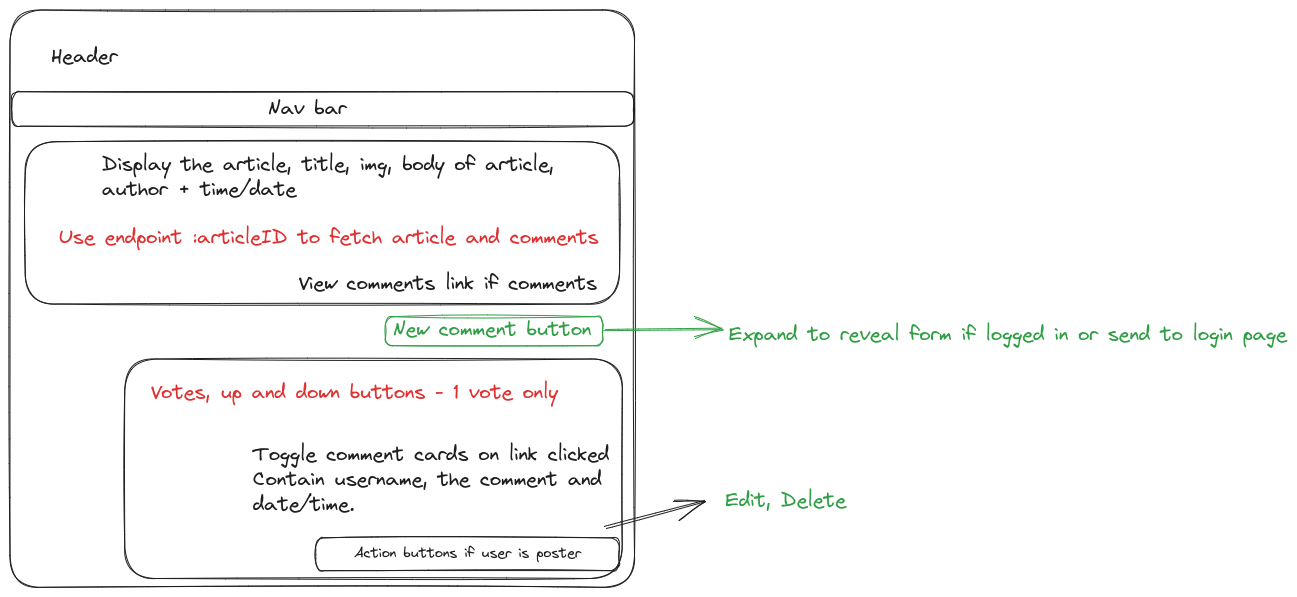
Above: Wireframes/Single-article.excalidraw.png in Domaeos/nc-news (Excalidraw), before the change. Source tidied: one line per element, renumbered; positions are measured from the earlier drawing's top-left corner, leaving out a move shared by most shapes.
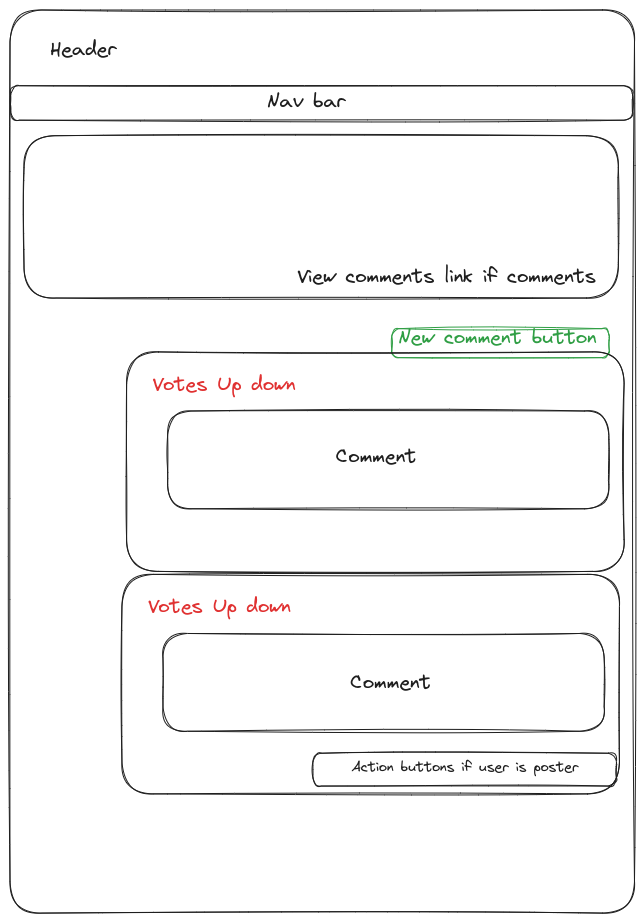
The same diagram one commit later.

What changed in the source:
```diff
@@ -1,19 +1,18 @@
-{"id": 0, "type": "rectangle", "strokeColor": "#1e1e1e", "strokeWidth": 1, "roughness": 1, "round": true, "x": 0, "y": 0, "width": 624, "height": 577}
+{"id": 0, "type": "rectangle", "strokeColor": "#1e1e1e", "strokeWidth": 1, "roughness": 1, "round": true, "x": 1, "y": 6, "width": 624, "height": 903}
 {"id": 1, "type": "rectangle", "strokeColor": "#1e1e1e", "strokeWidth": 1, "roughness": 1, "round": true, "x": 2, "y": 82, "width": 622, "height": 34}
 {"id": 2, "type": "text", "text": "Header", "strokeColor": "#1e1e1e", "strokeWidth": 1, "roughness": 1, "fontSize": 20, "fontFamily": 1, "x": 41, "y": 34, "width": 66, "height": 25}
 {"id": 3, "type": "text", "text": "Nav bar", "strokeColor": "#1e1e1e", "strokeWidth": 1, "roughness": 1, "fontSize": 20, "fontFamily": 1, "x": 258, "y": 86, "width": 79, "height": 25}
 {"id": 4, "type": "rectangle", "strokeColor": "#1e1e1e", "strokeWidth": 1, "roughness": 1, "round": true, "x": 15, "y": 132, "width": 594, "height": 162}
-{"id": 5, "type": "text", "text": "Display the article, title, img, body of article,\nauthor + time/date ", "strokeColor": "#1e1e1e", "strokeWidth": 1, "roughness": 1, "fontSize": 20, "fontFamily": 1, "x": 92, "y": 142, "width": 452, "height": 50}
 {"id": 6, "type": "text", "text": "View comments link if comments", "strokeColor": "#1e1e1e", "strokeWidth": 1, "roughness": 1, "fontSize": 20, "fontFamily": 1, "x": 289, "y": 261, "width": 298, "height": 25}
-{"id": 7, "type": "rectangle", "strokeColor": "#1e1e1e", "strokeWidth": 1, "roughness": 1, "round": true, "x": 115, "y": 349, "width": 498, "height": 219}
+{"id": 7, "type": "rectangle", "strokeColor": "#1e1e1e", "strokeWidth": 1, "roughness": 1, "round": true, "x": 113, "y": 570, "width": 498, "height": 219}
-{"id": 8, "type": "text", "text": "Toggle comment cards on link clicked\nContain username, the comment and\ndate/time.", "strokeColor": "#1e1e1e", "strokeWidth": 1, "roughness": 1, "fontSize": 20, "fontFamily": 1, "x": 243, "y": 432, "width": 357, "height": 75}
-{"id": 9, "type": "rectangle", "strokeColor": "#1e1e1e", "strokeWidth": 1, "roughness": 1, "round": true, "x": 306, "y": 528, "width": 303, "height": 33}
+{"id": 9, "type": "rectangle", "strokeColor": "#1e1e1e", "strokeWidth": 1, "roughness": 1, "round": true, "x": 304, "y": 749, "width": 303, "height": 33}
-{"id": 10, "type": "text", "text": "Action buttons if user is poster", "strokeColor": "#1e1e1e", "strokeWidth": 1, "roughness": 1, "fontSize": 14.26, "fontFamily": 1, "x": 344, "y": 534, "width": 227, "height": 18}
+{"id": 10, "type": "text", "text": "Action buttons if user is poster", "strokeColor": "#1e1e1e", "strokeWidth": 1, "roughness": 1, "fontSize": 14.26, "fontFamily": 1, "x": 343, "y": 755, "width": 227, "height": 18}
-{"id": 11, "type": "arrow", "strokeColor": "#1e1e1e", "strokeWidth": 1, "roughness": 1, "endArrowhead": "arrow", "round": true, "from": 9, "x": 595, "y": 518, "width": 99, "height": 27, "points": [[0, 0], [99, -27]]}
-{"id": 12, "type": "text", "text": "Edit, Delete", "strokeColor": "#2f9e44", "strokeWidth": 1, "roughness": 1, "fontSize": 20, "fontFamily": 1, "x": 715, "y": 478, "width": 121, "height": 25}
-{"id": 13, "type": "rectangle", "strokeColor": "#2f9e44", "strokeWidth": 1, "roughness": 1, "round": true, "x": 375, "y": 307, "width": 218, "height": 29}
+{"id": 13, "type": "rectangle", "strokeColor": "#2f9e44", "strokeWidth": 1, "roughness": 1, "round": true, "x": 383, "y": 325, "width": 218, "height": 29}
-{"id": 14, "type": "text", "text": "New comment button", "strokeColor": "#2f9e44", "strokeWidth": 1, "roughness": 1, "fontSize": 20, "fontFamily": 1, "x": 383, "y": 307, "width": 199, "height": 25}
+{"id": 14, "type": "text", "text": "New comment button", "strokeColor": "#2f9e44", "strokeWidth": 1, "roughness": 1, "fontSize": 20, "fontFamily": 1, "x": 389, "y": 322, "width": 199, "height": 25}
-{"id": 15, "type": "arrow", "strokeColor": "#2f9e44", "strokeWidth": 1, "roughness": 1, "endArrowhead": "arrow", "round": true, "from": 14, "x": 594, "y": 321, "width": 117, "height": 2, "points": [[0, 0], [117, -2]]}
-{"id": 16, "type": "text", "text": "Expand to reveal form if logged in or send to login page", "strokeColor": "#2f9e44", "strokeWidth": 1, "roughness": 1, "fontSize": 20, "fontFamily": 1, "x": 719, "y": 312, "width": 558, "height": 25}
-{"id": 17, "type": "text", "text": "Use endpoint :articleID to fetch article and comments", "strokeColor": "#e03131", "strokeWidth": 1, "roughness": 1, "fontSize": 20, "fontFamily": 1, "x": 49, "y": 215, "width": 540, "height": 25}
-{"id": 18, "type": "text", "text": "Votes, up and down buttons - 1 vote only", "strokeColor": "#e03131", "strokeWidth": 1, "roughness": 1, "fontSize": 20, "fontFamily": 1, "x": 141, "y": 370, "width": 407, "height": 25}
+{"id": 18, "type": "text", "text": "Votes Up down", "strokeColor": "#e03131", "strokeWidth": 1, "roughness": 1, "fontSize": 20, "fontFamily": 1, "x": 139, "y": 591, "width": 143, "height": 25}
+{"id": 19, "type": "rectangle", "strokeColor": "#1e1e1e", "strokeWidth": 1, "roughness": 1, "round": true, "x": 154, "y": 629, "width": 441, "height": 98}
+{"id": 20, "type": "text", "text": "Comment", "strokeColor": "#1e1e1e", "strokeWidth": 1, "roughness": 1, "fontSize": 20, "fontFamily": 1, "x": 341, "y": 667, "width": 81, "height": 25}
+{"id": 21, "type": "rectangle", "strokeColor": "#1e1e1e", "strokeWidth": 1, "roughness": 1, "round": true, "x": 118, "y": 348, "width": 498, "height": 219}
+{"id": 22, "type": "text", "text": "Votes Up down", "strokeColor": "#e03131", "strokeWidth": 1, "roughness": 1, "fontSize": 20, "fontFamily": 1, "x": 144, "y": 369, "width": 143, "height": 25}
+{"id": 23, "type": "rectangle", "strokeColor": "#1e1e1e", "strokeWidth": 1, "roughness": 1, "round": true, "x": 159, "y": 407, "width": 441, "height": 98}
+{"id": 24, "type": "text", "text": "Comment", "strokeColor": "#1e1e1e", "strokeWidth": 1, "roughness": 1, "fontSize": 20, "fontFamily": 1, "x": 327, "y": 441, "width": 81, "height": 25}
```
